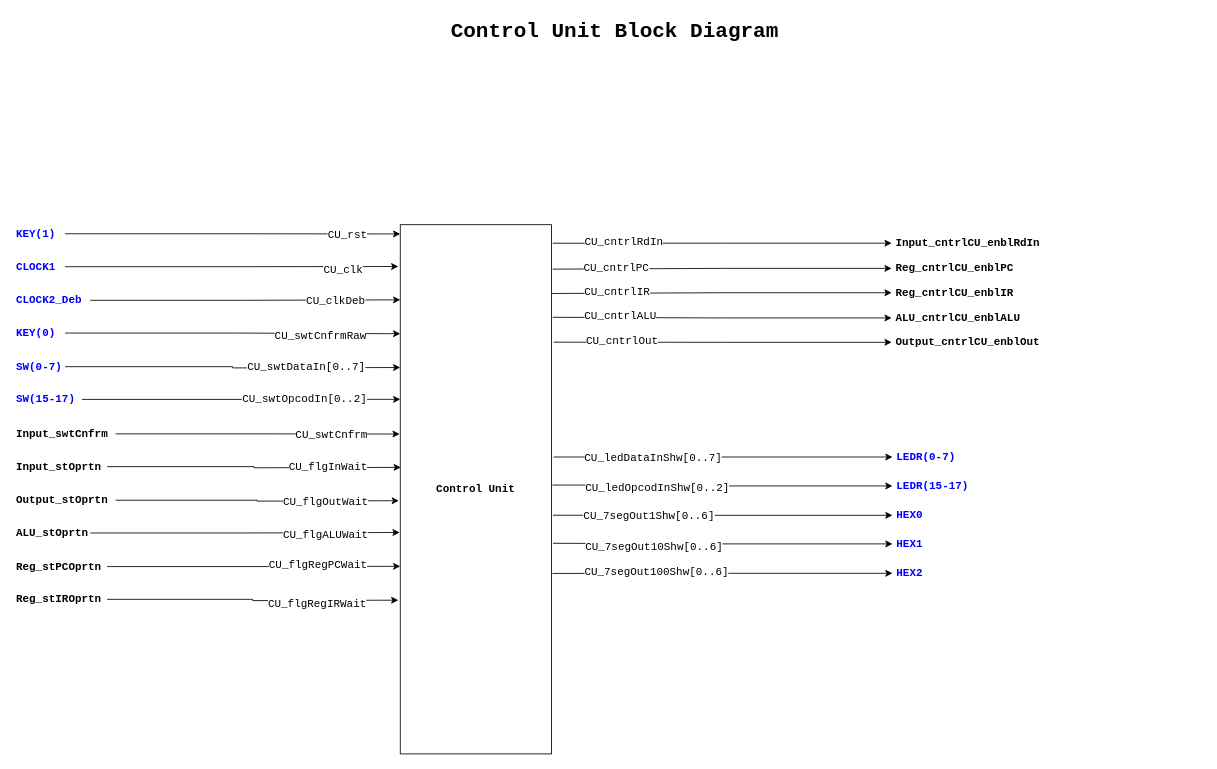
The draw.io diagram page "CU_BD (top)" (3 of 8) of 04_ControlUnit_v1/CPU_Design.drawio in Vichu95/Basic_CPU_FPGA, before the edit. Source tidied: cells renumbered, new cells numbered last; positions are measured from the earlier drawing's top-left corner, leaving out a move shared by most shapes. Both pictures are drawn from the tidied source at 84%, with x=0, y=0 at pixel (14, 14).
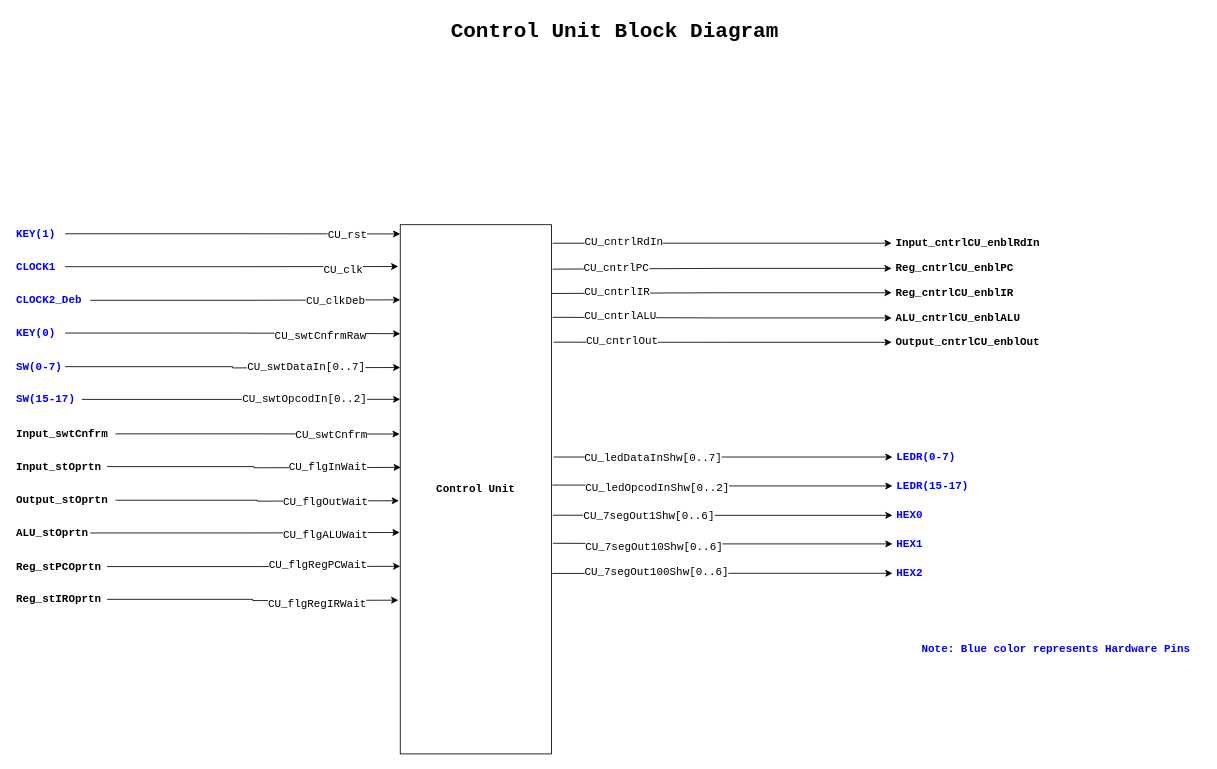
The same page after the edit.

Diff of the diagram source:
```diff
@@
+    <mxCell id="70" value="Note: Blue color represents Hardware Pins" style="text;html=1;align=left;verticalAlign=middle;strokeColor=none;fillColor=none;fontStyle=1;labelBackgroundColor=none;fontColor=#0000FF;fontSize=13;fontFamily=Courier New;spacingLeft=3;" parent="1" vertex="1">
+      <mxGeometry x="1075" y="740" width="340" height="30" as="geometry" />
+    </mxCell>
```
